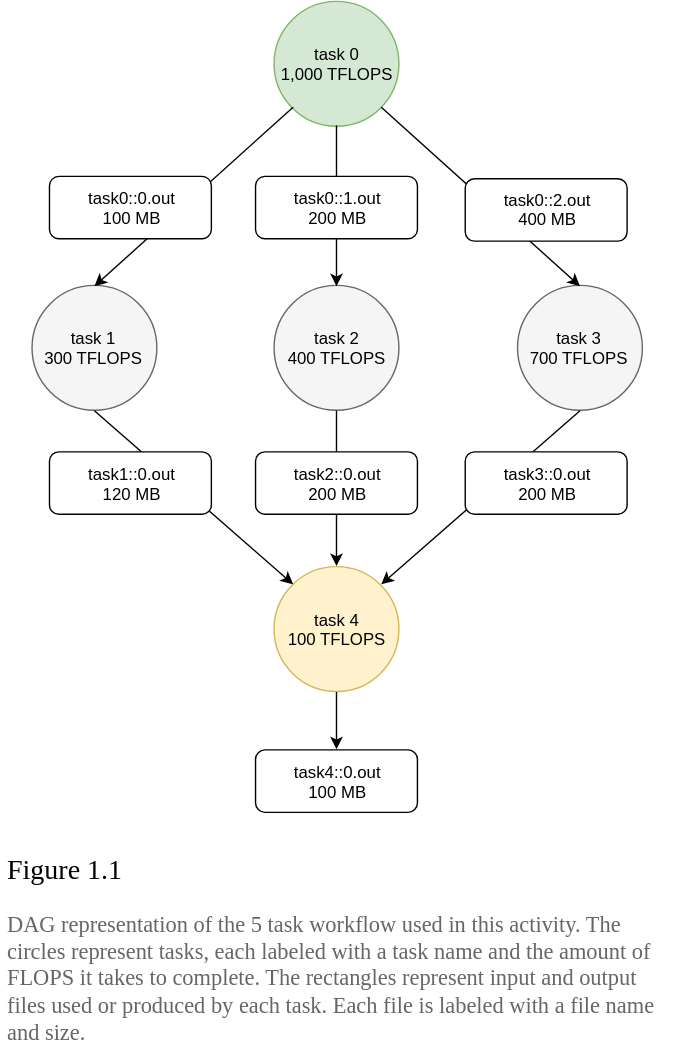
Above: docs/public/img/activity_1/workflow.svg in wrench-project/wrench-pedagogic-modules (draw.io), before the change. Source tidied: cells renumbered, new cells last; positions are measured from the earlier drawing's top-left corner, leaving out a move shared by most shapes. The source it was exported from:
```xml
<mxGraphModel>
  <root>
    <mxCell id="0" />
    <mxCell id="1" parent="0" />
    <mxCell id="2" value="&lt;h1&gt;&lt;font face=&quot;Garamond&quot; style=&quot;font-size: 20px ; font-weight: normal&quot;&gt;Figure 1.1&lt;/font&gt;&lt;/h1&gt;&lt;p&gt;&lt;font style=&quot;font-size: 16px&quot; face=&quot;Garamond&quot; color=&quot;#666666&quot;&gt;DAG representation of the 5 task workflow used in this activity. The circles represent tasks, each labeled with a task name and the amount of FLOPS it takes to complete. The rectangles represent input and output files used or produced by each task. Each file is labeled with a file name and size.&amp;nbsp;&lt;/font&gt;&lt;/p&gt;" style="text;html=1;strokeColor=none;fillColor=none;spacing=5;spacingTop=-20;whiteSpace=wrap;overflow=hidden;rounded=0;" parent="1" vertex="1">
      <mxGeometry y="600" width="480" height="150" as="geometry" />
    </mxCell>
    <mxCell id="3" style="group;" parent="1" vertex="1">
      <mxGeometry x="22" width="450" height="580" as="geometry" />
    </mxCell>
    <mxCell id="4" value="task 0&lt;br&gt;1,000 TFLOPS&lt;br&gt;" style="ellipse;whiteSpace=wrap;html=1;fillColor=#d5e8d4;strokeColor=#82b366;" parent="3" vertex="1">
      <mxGeometry x="173.6" width="89.2" height="89.2" as="geometry" />
    </mxCell>
    <mxCell id="5" value="task 3&lt;br&gt;700 TFLOPS&lt;br&gt;" style="ellipse;whiteSpace=wrap;html=1;fillColor=#f5f5f5;strokeColor=#666666;" parent="3" vertex="1">
      <mxGeometry x="347.1" y="203.6" width="89.2" height="89.2" as="geometry" />
    </mxCell>
    <mxCell id="6" value="task 1&lt;br&gt;300 TFLOPS&lt;br&gt;" style="ellipse;whiteSpace=wrap;html=1;fillColor=#f5f5f5;strokeColor=#666666;" parent="3" vertex="1">
      <mxGeometry y="203.6" width="89.2" height="89.2" as="geometry" />
    </mxCell>
    <mxCell id="7" value="task 4&lt;br&gt;100 TFLOPS&lt;br&gt;" style="ellipse;whiteSpace=wrap;html=1;fillColor=#fff2cc;strokeColor=#d6b656;" parent="3" vertex="1">
      <mxGeometry x="173.6" y="404.3" width="89.2" height="89.2" as="geometry" />
    </mxCell>
    <mxCell id="8" value="task 2&lt;br&gt;400 TFLOPS&lt;br&gt;" style="ellipse;whiteSpace=wrap;html=1;fillColor=#f5f5f5;strokeColor=#666666;" parent="3" vertex="1">
      <mxGeometry x="173.6" y="203.6" width="89.2" height="89.2" as="geometry" />
    </mxCell>
    <mxCell id="9" style="endArrow=classic;html=1;exitX=0;exitY=1;entryX=0.5;entryY=0;" parent="3" edge="1" source="4" target="6">
      <mxGeometry relative="1" as="geometry" />
    </mxCell>
    <mxCell id="10" style="endArrow=classic;html=1;entryX=0.5;entryY=0;exitX=0.5;exitY=1;" parent="3" edge="1" source="4" target="8">
      <mxGeometry relative="1" as="geometry" />
    </mxCell>
    <mxCell id="11" style="endArrow=classic;html=1;exitX=1;exitY=1;entryX=0.5;entryY=0;" parent="3" edge="1" source="4" target="5">
      <mxGeometry relative="1" as="geometry" />
    </mxCell>
    <mxCell id="12" style="endArrow=classic;html=1;exitX=0.5;exitY=1;entryX=0;entryY=0;" parent="3" edge="1" source="6" target="7">
      <mxGeometry relative="1" as="geometry" />
    </mxCell>
    <mxCell id="13" style="endArrow=classic;html=1;exitX=0.5;exitY=1;entryX=0.5;entryY=0;" parent="3" edge="1" source="8" target="7">
      <mxGeometry relative="1" as="geometry" />
    </mxCell>
    <mxCell id="14" style="endArrow=classic;html=1;exitX=0.5;exitY=1;entryX=1;entryY=0;" parent="3" edge="1" source="5" target="7">
      <mxGeometry relative="1" as="geometry" />
    </mxCell>
    <mxCell id="15" value="task0::0.out&lt;br&gt;100 MB&lt;br&gt;" style="rounded=1;whiteSpace=wrap;html=1;" parent="3" vertex="1">
      <mxGeometry x="12.9" y="125.5" width="115.7" height="44.6" as="geometry" />
    </mxCell>
    <mxCell id="16" value="task0::2.out&lt;br&gt;400 MB&lt;br&gt;" style="rounded=1;whiteSpace=wrap;html=1;" parent="3" vertex="1">
      <mxGeometry x="310" y="127.2" width="115.7" height="44.6" as="geometry" />
    </mxCell>
    <mxCell id="17" value="task0::1.out&lt;br&gt;200 MB&lt;br&gt;" style="rounded=1;whiteSpace=wrap;html=1;" parent="3" vertex="1">
      <mxGeometry x="160.1" y="125.5" width="115.7" height="44.6" as="geometry" />
    </mxCell>
    <mxCell id="18" value="task1::0.out&lt;br&gt;120 MB&lt;br&gt;" style="rounded=1;whiteSpace=wrap;html=1;" parent="3" vertex="1">
      <mxGeometry x="12.9" y="322.3" width="115.7" height="44.6" as="geometry" />
    </mxCell>
    <mxCell id="19" value="task2::0.out&lt;br&gt;200 MB&lt;br&gt;" style="rounded=1;whiteSpace=wrap;html=1;" parent="3" vertex="1">
      <mxGeometry x="160.1" y="322.3" width="115.7" height="44.6" as="geometry" />
    </mxCell>
    <mxCell id="20" value="task3::0.out&lt;br&gt;200 MB&lt;br&gt;" style="rounded=1;whiteSpace=wrap;html=1;" parent="3" vertex="1">
      <mxGeometry x="310" y="322.3" width="115.7" height="44.6" as="geometry" />
    </mxCell>
    <mxCell id="21" value="task4::0.out&lt;br&gt;100 MB&lt;br&gt;" style="rounded=1;whiteSpace=wrap;html=1;" parent="3" vertex="1">
      <mxGeometry x="160.1" y="535.4" width="115.7" height="44.6" as="geometry" />
    </mxCell>
    <mxCell id="22" style="endArrow=classic;html=1;exitX=0.5;exitY=1;entryX=0.5;entryY=0;" parent="3" edge="1" source="7" target="21">
      <mxGeometry relative="1" as="geometry" />
    </mxCell>
  </root>
</mxGraphModel>
```
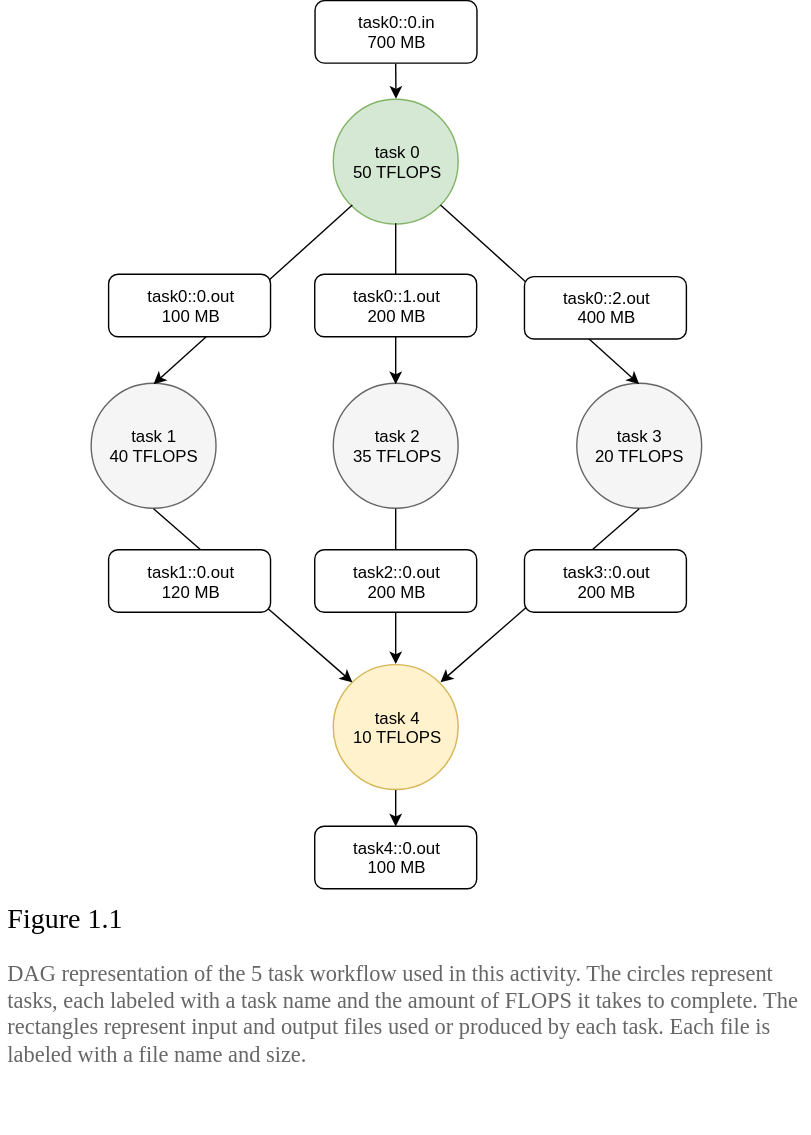
After the change.

Commit message:
updated platform and workflow

The edit, as a diff of the source:
```diff
@@ -2,68 +2,77 @@
   <root>
     <mxCell id="0" />
     <mxCell id="1" parent="0" />
+    <mxCell id="23" style="group;" parent="1" vertex="1">
+      <mxGeometry x="-42" y="-70" width="578" height="809.5" as="geometry" />
+    </mxCell>
-    <mxCell id="2" value="&lt;h1&gt;&lt;font face=&quot;Garamond&quot; style=&quot;font-size: 20px ; font-weight: normal&quot;&gt;Figure 1.1&lt;/font&gt;&lt;/h1&gt;&lt;p&gt;&lt;font style=&quot;font-size: 16px&quot; face=&quot;Garamond&quot; color=&quot;#666666&quot;&gt;DAG representation of the 5 task workflow used in this activity. The circles represent tasks, each labeled with a task name and the amount of FLOPS it takes to complete. The rectangles represent input and output files used or produced by each task. Each file is labeled with a file name and size.&amp;nbsp;&lt;/font&gt;&lt;/p&gt;" style="text;html=1;strokeColor=none;fillColor=none;spacing=5;spacingTop=-20;whiteSpace=wrap;overflow=hidden;rounded=0;" parent="1" vertex="1">
-      <mxGeometry y="600" width="480" height="150" as="geometry" />
+    <mxCell id="2" value="&lt;h1&gt;&lt;font face=&quot;Garamond&quot; style=&quot;font-size: 20px ; font-weight: normal&quot;&gt;Figure 1.1&lt;/font&gt;&lt;/h1&gt;&lt;p&gt;&lt;font style=&quot;font-size: 16px&quot; face=&quot;Garamond&quot; color=&quot;#666666&quot;&gt;DAG representation of the 5 task workflow used in this activity. The circles represent tasks, each labeled with a task name and the amount of FLOPS it takes to complete. The rectangles represent input and output files used or produced by each task. Each file is labeled with a file name and size.&amp;nbsp;&lt;/font&gt;&lt;/p&gt;" style="text;html=1;strokeColor=none;fillColor=none;spacing=5;spacingTop=-20;whiteSpace=wrap;overflow=hidden;rounded=0;" parent="23" vertex="1">
+      <mxGeometry y="634.5" width="578" height="175" as="geometry" />
     </mxCell>
-    <mxCell id="3" style="group;" parent="1" vertex="1">
-      <mxGeometry x="22" width="450" height="580" as="geometry" />
-    </mxCell>
-    <mxCell id="4" value="task 0&lt;br&gt;1,000 TFLOPS&lt;br&gt;" style="ellipse;whiteSpace=wrap;html=1;fillColor=#d5e8d4;strokeColor=#82b366;" parent="3" vertex="1">
-      <mxGeometry x="173.6" width="89.2" height="89.2" as="geometry" />
-    </mxCell>
-    <mxCell id="5" value="task 3&lt;br&gt;700 TFLOPS&lt;br&gt;" style="ellipse;whiteSpace=wrap;html=1;fillColor=#f5f5f5;strokeColor=#666666;" parent="3" vertex="1">
-      <mxGeometry x="347.1" y="203.6" width="89.2" height="89.2" as="geometry" />
-    </mxCell>
-    <mxCell id="6" value="task 1&lt;br&gt;300 TFLOPS&lt;br&gt;" style="ellipse;whiteSpace=wrap;html=1;fillColor=#f5f5f5;strokeColor=#666666;" parent="3" vertex="1">
-      <mxGeometry y="203.6" width="89.2" height="89.2" as="geometry" />
-    </mxCell>
-    <mxCell id="7" value="task 4&lt;br&gt;100 TFLOPS&lt;br&gt;" style="ellipse;whiteSpace=wrap;html=1;fillColor=#fff2cc;strokeColor=#d6b656;" parent="3" vertex="1">
-      <mxGeometry x="173.6" y="404.3" width="89.2" height="89.2" as="geometry" />
-    </mxCell>
-    <mxCell id="8" value="task 2&lt;br&gt;400 TFLOPS&lt;br&gt;" style="ellipse;whiteSpace=wrap;html=1;fillColor=#f5f5f5;strokeColor=#666666;" parent="3" vertex="1">
-      <mxGeometry x="173.6" y="203.6" width="89.2" height="89.2" as="geometry" />
-    </mxCell>
-    <mxCell id="9" style="endArrow=classic;html=1;exitX=0;exitY=1;entryX=0.5;entryY=0;" parent="3" edge="1" source="4" target="6">
-      <mxGeometry relative="1" as="geometry" />
-    </mxCell>
-    <mxCell id="10" style="endArrow=classic;html=1;entryX=0.5;entryY=0;exitX=0.5;exitY=1;" parent="3" edge="1" source="4" target="8">
-      <mxGeometry relative="1" as="geometry" />
-    </mxCell>
-    <mxCell id="11" style="endArrow=classic;html=1;exitX=1;exitY=1;entryX=0.5;entryY=0;" parent="3" edge="1" source="4" target="5">
-      <mxGeometry relative="1" as="geometry" />
-    </mxCell>
-    <mxCell id="12" style="endArrow=classic;html=1;exitX=0.5;exitY=1;entryX=0;entryY=0;" parent="3" edge="1" source="6" target="7">
-      <mxGeometry relative="1" as="geometry" />
-    </mxCell>
-    <mxCell id="13" style="endArrow=classic;html=1;exitX=0.5;exitY=1;entryX=0.5;entryY=0;" parent="3" edge="1" source="8" target="7">
-      <mxGeometry relative="1" as="geometry" />
-    </mxCell>
-    <mxCell id="14" style="endArrow=classic;html=1;exitX=0.5;exitY=1;entryX=1;entryY=0;" parent="3" edge="1" source="5" target="7">
-      <mxGeometry relative="1" as="geometry" />
-    </mxCell>
+    <mxCell id="24" style="group;" parent="23" vertex="1">
+      <mxGeometry x="64" y="70" width="450" height="580" as="geometry" />
+    </mxCell>
+    <mxCell id="25" value="task 0&lt;br&gt;50 TFLOPS&lt;br&gt;" style="ellipse;whiteSpace=wrap;html=1;fillColor=#d5e8d4;strokeColor=#82b366;" parent="24" vertex="1">
+      <mxGeometry x="173.6" width="89.2" height="89.2" as="geometry" />
+    </mxCell>
+    <mxCell id="26" value="task 3&lt;br&gt;20 TFLOPS&lt;br&gt;" style="ellipse;whiteSpace=wrap;html=1;fillColor=#f5f5f5;strokeColor=#666666;" parent="24" vertex="1">
+      <mxGeometry x="347.1" y="203.6" width="89.2" height="89.2" as="geometry" />
+    </mxCell>
+    <mxCell id="27" value="task 1&lt;br&gt;40 TFLOPS&lt;br&gt;" style="ellipse;whiteSpace=wrap;html=1;fillColor=#f5f5f5;strokeColor=#666666;" parent="24" vertex="1">
+      <mxGeometry y="203.6" width="89.2" height="89.2" as="geometry" />
+    </mxCell>
+    <mxCell id="28" value="task 4&lt;br&gt;10 TFLOPS&lt;br&gt;" style="ellipse;whiteSpace=wrap;html=1;fillColor=#fff2cc;strokeColor=#d6b656;" parent="24" vertex="1">
+      <mxGeometry x="173.6" y="404.3" width="89.2" height="89.2" as="geometry" />
+    </mxCell>
+    <mxCell id="29" value="task 2&lt;br&gt;35 TFLOPS&lt;br&gt;" style="ellipse;whiteSpace=wrap;html=1;fillColor=#f5f5f5;strokeColor=#666666;" parent="24" vertex="1">
+      <mxGeometry x="173.6" y="203.6" width="89.2" height="89.2" as="geometry" />
+    </mxCell>
+    <mxCell id="30" style="endArrow=classic;html=1;exitX=0;exitY=1;entryX=0.5;entryY=0;" parent="24" edge="1" source="25" target="27">
+      <mxGeometry relative="1" as="geometry" />
+    </mxCell>
+    <mxCell id="31" style="endArrow=classic;html=1;entryX=0.5;entryY=0;exitX=0.5;exitY=1;" parent="24" edge="1" source="25" target="29">
+      <mxGeometry relative="1" as="geometry" />
+    </mxCell>
+    <mxCell id="32" style="endArrow=classic;html=1;exitX=1;exitY=1;entryX=0.5;entryY=0;" parent="24" edge="1" source="25" target="26">
+      <mxGeometry relative="1" as="geometry" />
+    </mxCell>
+    <mxCell id="33" style="endArrow=classic;html=1;exitX=0.5;exitY=1;entryX=0;entryY=0;" parent="24" edge="1" source="27" target="28">
+      <mxGeometry relative="1" as="geometry" />
+    </mxCell>
+    <mxCell id="34" style="endArrow=classic;html=1;exitX=0.5;exitY=1;entryX=0.5;entryY=0;" parent="24" edge="1" source="29" target="28">
+      <mxGeometry relative="1" as="geometry" />
+    </mxCell>
+    <mxCell id="35" style="endArrow=classic;html=1;exitX=0.5;exitY=1;entryX=1;entryY=0;" parent="24" edge="1" source="26" target="28">
+      <mxGeometry relative="1" as="geometry" />
+    </mxCell>
-    <mxCell id="15" value="task0::0.out&lt;br&gt;100 MB&lt;br&gt;" style="rounded=1;whiteSpace=wrap;html=1;" parent="3" vertex="1">
+    <mxCell id="15" value="task0::0.out&lt;br&gt;100 MB&lt;br&gt;" style="rounded=1;whiteSpace=wrap;html=1;" parent="24" vertex="1">
       <mxGeometry x="12.9" y="125.5" width="115.7" height="44.6" as="geometry" />
     </mxCell>
-    <mxCell id="16" value="task0::2.out&lt;br&gt;400 MB&lt;br&gt;" style="rounded=1;whiteSpace=wrap;html=1;" parent="3" vertex="1">
+    <mxCell id="16" value="task0::2.out&lt;br&gt;400 MB&lt;br&gt;" style="rounded=1;whiteSpace=wrap;html=1;" parent="24" vertex="1">
       <mxGeometry x="310" y="127.2" width="115.7" height="44.6" as="geometry" />
     </mxCell>
-    <mxCell id="17" value="task0::1.out&lt;br&gt;200 MB&lt;br&gt;" style="rounded=1;whiteSpace=wrap;html=1;" parent="3" vertex="1">
+    <mxCell id="17" value="task0::1.out&lt;br&gt;200 MB&lt;br&gt;" style="rounded=1;whiteSpace=wrap;html=1;" parent="24" vertex="1">
       <mxGeometry x="160.1" y="125.5" width="115.7" height="44.6" as="geometry" />
     </mxCell>
-    <mxCell id="18" value="task1::0.out&lt;br&gt;120 MB&lt;br&gt;" style="rounded=1;whiteSpace=wrap;html=1;" parent="3" vertex="1">
+    <mxCell id="18" value="task1::0.out&lt;br&gt;120 MB&lt;br&gt;" style="rounded=1;whiteSpace=wrap;html=1;" parent="24" vertex="1">
       <mxGeometry x="12.9" y="322.3" width="115.7" height="44.6" as="geometry" />
     </mxCell>
-    <mxCell id="19" value="task2::0.out&lt;br&gt;200 MB&lt;br&gt;" style="rounded=1;whiteSpace=wrap;html=1;" parent="3" vertex="1">
+    <mxCell id="19" value="task2::0.out&lt;br&gt;200 MB&lt;br&gt;" style="rounded=1;whiteSpace=wrap;html=1;" parent="24" vertex="1">
       <mxGeometry x="160.1" y="322.3" width="115.7" height="44.6" as="geometry" />
     </mxCell>
-    <mxCell id="20" value="task3::0.out&lt;br&gt;200 MB&lt;br&gt;" style="rounded=1;whiteSpace=wrap;html=1;" parent="3" vertex="1">
+    <mxCell id="20" value="task3::0.out&lt;br&gt;200 MB&lt;br&gt;" style="rounded=1;whiteSpace=wrap;html=1;" parent="24" vertex="1">
       <mxGeometry x="310" y="322.3" width="115.7" height="44.6" as="geometry" />
     </mxCell>
-    <mxCell id="21" value="task4::0.out&lt;br&gt;100 MB&lt;br&gt;" style="rounded=1;whiteSpace=wrap;html=1;" parent="3" vertex="1">
-      <mxGeometry x="160.1" y="535.4" width="115.7" height="44.6" as="geometry" />
+    <mxCell id="21" value="task4::0.out&lt;br&gt;100 MB&lt;br&gt;" style="rounded=1;whiteSpace=wrap;html=1;" parent="24" vertex="1">
+      <mxGeometry x="160.1" y="519.9" width="115.7" height="44.6" as="geometry" />
     </mxCell>
-    <mxCell id="22" style="endArrow=classic;html=1;exitX=0.5;exitY=1;entryX=0.5;entryY=0;" parent="3" edge="1" source="7" target="21">
-      <mxGeometry relative="1" as="geometry" />
-    </mxCell>
+    <mxCell id="36" style="endArrow=classic;html=1;exitX=0.5;exitY=1;entryX=0.5;entryY=0;" parent="24" edge="1" source="28" target="21">
+      <mxGeometry relative="1" as="geometry" />
+    </mxCell>
+    <mxCell id="37" value="task0::0.in&lt;br&gt;700 MB&lt;br&gt;" style="rounded=1;whiteSpace=wrap;html=1;" parent="23" vertex="1">
+      <mxGeometry x="224.4" width="115.7" height="44.6" as="geometry" />
+    </mxCell>
+    <mxCell id="38" style="endArrow=classic;html=1;exitX=0.5;exitY=1;" parent="23" edge="1" source="37" target="25">
+      <mxGeometry relative="1" as="geometry" />
+    </mxCell>
   </root>
 </mxGraphModel>
```
